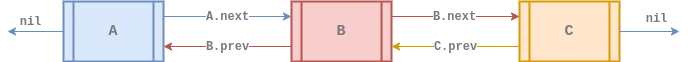
euisblue/vue-blog keeps this draw.io diagram as assets/data-structure/linked-list/dll.png. Above is the earlier version. Source tidied: cells renumbered, new cells last; positions are measured from the earlier drawing's top-left corner, leaving out a move shared by most shapes. Its diagram source:
```xml
<mxGraphModel>
  <root>
    <mxCell id="0" />
    <mxCell id="1" parent="0" />
    <mxCell id="2" value="&lt;b style=&quot;color: rgb(0 , 0 , 0) ; font-size: 11px ; font-style: normal ; letter-spacing: normal ; text-align: center ; text-indent: 0px ; text-transform: none ; word-spacing: 0px ; font-family: &amp;#34;courier new&amp;#34;&quot;&gt;&lt;font color=&quot;#7a7a7a&quot; style=&quot;font-size: 12px&quot;&gt;C.prev&lt;/font&gt;&lt;/b&gt;" style="edgeStyle=none;rounded=0;sketch=0;jettySize=auto;html=1;exitX=0;exitY=0.75;exitDx=0;exitDy=0;entryX=1;entryY=0.75;entryDx=0;entryDy=0;strokeColor=#d79b00;strokeWidth=1;fillColor=#ffe6cc;" parent="1" edge="1" source="3" target="6">
      <mxGeometry relative="1" as="geometry" />
    </mxCell>
    <mxCell id="3" value="&lt;b&gt;&lt;font style=&quot;font-size: 15px ; font-style: normal&quot; face=&quot;Courier New&quot; color=&quot;#7a7a7a&quot;&gt;C&lt;/font&gt;&lt;/b&gt;" style="shape=process;whiteSpace=wrap;html=1;backgroundOutline=1;fillColor=#ffe6cc;strokeColor=#d79b00;gradientDirection=east;strokeWidth=2;shadow=0;glass=0;sketch=0;fontStyle=2;" parent="1" vertex="1">
      <mxGeometry x="512" width="100" height="60" as="geometry" />
    </mxCell>
    <mxCell id="4" value="&lt;b style=&quot;font-size: 11px ; letter-spacing: normal ; text-align: center ; text-indent: 0px ; text-transform: none ; word-spacing: 0px ; font-family: &amp;#34;courier new&amp;#34;&quot;&gt;&lt;font style=&quot;font-size: 12px&quot; color=&quot;#7a7a7a&quot;&gt;B.next&lt;/font&gt;&lt;/b&gt;" style="rounded=0;sketch=0;jettySize=auto;html=1;exitX=1;exitY=0.25;exitDx=0;exitDy=0;entryX=0;entryY=0.25;entryDx=0;entryDy=0;strokeColor=#b85450;strokeWidth=1;fillColor=#f8cecc;fontStyle=0;" parent="1" edge="1" source="6" target="3">
      <mxGeometry x="-0.01" relative="1" as="geometry" />
    </mxCell>
    <mxCell id="5" value="&lt;b style=&quot;color: rgb(0 , 0 , 0) ; font-size: 11px ; font-style: normal ; letter-spacing: normal ; text-align: center ; text-indent: 0px ; text-transform: none ; word-spacing: 0px ; font-family: &amp;#34;courier new&amp;#34;&quot;&gt;&lt;font color=&quot;#7a7a7a&quot; style=&quot;font-size: 12px&quot;&gt;B.prev&lt;/font&gt;&lt;/b&gt;" style="edgeStyle=orthogonalEdgeStyle;rounded=0;jettySize=auto;html=1;exitX=0;exitY=0.75;exitDx=0;exitDy=0;entryX=1;entryY=0.75;entryDx=0;entryDy=0;fillColor=#f8cecc;strokeColor=#b85450;" parent="1" edge="1" source="6" target="9">
      <mxGeometry relative="1" as="geometry" />
    </mxCell>
    <mxCell id="6" value="&lt;div&gt;&lt;font color=&quot;#7a7a7a&quot; face=&quot;courier new&quot; style=&quot;font-size: 15px&quot;&gt;B&lt;/font&gt;&lt;/div&gt;" style="shape=process;whiteSpace=wrap;html=1;backgroundOutline=1;fillColor=#f8cecc;strokeColor=#b85450;gradientDirection=east;strokeWidth=2;shadow=0;glass=0;align=center;sketch=0;fontStyle=1;" parent="1" vertex="1">
      <mxGeometry x="284" width="100" height="60" as="geometry" />
    </mxCell>
    <mxCell id="7" value="&lt;font color=&quot;#7a7a7a&quot; face=&quot;courier new&quot;&gt;&lt;span style=&quot;font-size: 12px&quot;&gt;&lt;b&gt;A.next&lt;/b&gt;&lt;/span&gt;&lt;/font&gt;" style="edgeStyle=orthogonalEdgeStyle;curved=1;rounded=0;jettySize=auto;html=1;exitX=1;exitY=0.25;exitDx=0;exitDy=0;entryX=0;entryY=0.25;entryDx=0;entryDy=0;fillColor=#dae8fc;strokeColor=#6c8ebf;" parent="1" edge="1" source="9" target="6">
      <mxGeometry relative="1" as="geometry" />
    </mxCell>
    <mxCell id="8" value="&lt;font color=&quot;#7a7a7a&quot; face=&quot;courier new&quot;&gt;&lt;span style=&quot;font-size: 12px&quot;&gt;&lt;b&gt;nil&lt;/b&gt;&lt;/span&gt;&lt;/font&gt;" style="rounded=0;jettySize=auto;html=1;exitX=0;exitY=0.5;exitDx=0;exitDy=0;fillColor=#dae8fc;strokeColor=#6c8ebf;" parent="1" edge="1" source="9">
      <mxGeometry x="0.18" y="-10" relative="1" as="geometry">
        <mxPoint y="30" as="targetPoint" />
      </mxGeometry>
    </mxCell>
    <mxCell id="9" value="&lt;div&gt;&lt;font color=&quot;#7a7a7a&quot; face=&quot;courier new&quot;&gt;&lt;span style=&quot;font-size: 15px&quot;&gt;A&lt;/span&gt;&lt;/font&gt;&lt;/div&gt;" style="shape=process;whiteSpace=wrap;html=1;backgroundOutline=1;fillColor=#dae8fc;strokeColor=#6c8ebf;gradientDirection=east;strokeWidth=2;shadow=0;glass=0;align=center;sketch=0;fontStyle=1;" parent="1" vertex="1">
      <mxGeometry x="56" width="100" height="60" as="geometry" />
    </mxCell>
    <mxCell id="10" value="&lt;font color=&quot;#7a7a7a&quot; face=&quot;courier new&quot;&gt;&lt;span style=&quot;font-size: 12px&quot;&gt;&lt;b&gt;nil&lt;/b&gt;&lt;/span&gt;&lt;/font&gt;" style="rounded=0;jettySize=auto;html=1;fillColor=#dae8fc;strokeColor=#6c8ebf;exitX=1;exitY=0.5;exitDx=0;exitDy=0;" parent="1" edge="1" source="3">
      <mxGeometry x="0.23" y="13" relative="1" as="geometry">
        <mxPoint x="672" y="30" as="targetPoint" />
      </mxGeometry>
    </mxCell>
  </root>
</mxGraphModel>
```
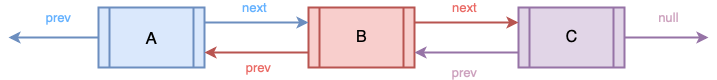
The same diagram one commit later.

What changed in the source:
```diff
@@ -2,35 +2,44 @@
   <root>
     <mxCell id="0" />
     <mxCell id="1" parent="0" />
-    <mxCell id="2" value="&lt;b style=&quot;color: rgb(0 , 0 , 0) ; font-size: 11px ; font-style: normal ; letter-spacing: normal ; text-align: center ; text-indent: 0px ; text-transform: none ; word-spacing: 0px ; font-family: &amp;#34;courier new&amp;#34;&quot;&gt;&lt;font color=&quot;#7a7a7a&quot; style=&quot;font-size: 12px&quot;&gt;C.prev&lt;/font&gt;&lt;/b&gt;" style="edgeStyle=none;rounded=0;sketch=0;jettySize=auto;html=1;exitX=0;exitY=0.75;exitDx=0;exitDy=0;entryX=1;entryY=0.75;entryDx=0;entryDy=0;strokeColor=#d79b00;strokeWidth=1;fillColor=#ffe6cc;" parent="1" edge="1" source="3" target="6">
-      <mxGeometry relative="1" as="geometry" />
+    <mxCell id="2" value="&lt;span style=&quot;font-size: 13px&quot;&gt;&lt;font color=&quot;#cda2be&quot;&gt;null&lt;/font&gt;&lt;/span&gt;" style="edgeStyle=orthogonalEdgeStyle;rounded=0;jettySize=auto;html=1;exitX=1;exitY=0.5;exitDx=0;exitDy=0;fillColor=#e1d5e7;strokeColor=#9673a6;labelBackgroundColor=none;strokeWidth=2;" parent="1" edge="1" source="3">
+      <mxGeometry x="0.05" y="20" relative="1" as="geometry">
+        <mxPoint x="702" y="30" as="targetPoint" />
+      </mxGeometry>
     </mxCell>
-    <mxCell id="3" value="&lt;b&gt;&lt;font style=&quot;font-size: 15px ; font-style: normal&quot; face=&quot;Courier New&quot; color=&quot;#7a7a7a&quot;&gt;C&lt;/font&gt;&lt;/b&gt;" style="shape=process;whiteSpace=wrap;html=1;backgroundOutline=1;fillColor=#ffe6cc;strokeColor=#d79b00;gradientDirection=east;strokeWidth=2;shadow=0;glass=0;sketch=0;fontStyle=2;" parent="1" vertex="1">
-      <mxGeometry x="512" width="100" height="60" as="geometry" />
+    <mxCell id="3" value="&lt;font&gt;&lt;font size=&quot;3&quot;&gt;C&lt;/font&gt;&lt;br&gt;&lt;/font&gt;" style="shape=process;whiteSpace=wrap;html=1;backgroundOutline=1;strokeWidth=2;fillColor=#e1d5e7;strokeColor=#9673a6;fontStyle=0;fontFamily=Helvetica;fontSize=14;labelBackgroundColor=none;labelBorderColor=none;" parent="1" vertex="1">
+      <mxGeometry x="512" width="106" height="60" as="geometry" />
     </mxCell>
-    <mxCell id="4" value="&lt;b style=&quot;font-size: 11px ; letter-spacing: normal ; text-align: center ; text-indent: 0px ; text-transform: none ; word-spacing: 0px ; font-family: &amp;#34;courier new&amp;#34;&quot;&gt;&lt;font style=&quot;font-size: 12px&quot; color=&quot;#7a7a7a&quot;&gt;B.next&lt;/font&gt;&lt;/b&gt;" style="rounded=0;sketch=0;jettySize=auto;html=1;exitX=1;exitY=0.25;exitDx=0;exitDy=0;entryX=0;entryY=0.25;entryDx=0;entryDy=0;strokeColor=#b85450;strokeWidth=1;fillColor=#f8cecc;fontStyle=0;" parent="1" edge="1" source="6" target="3">
-      <mxGeometry x="-0.01" relative="1" as="geometry" />
+    <mxCell id="4" value="&lt;font&gt;&lt;span style=&quot;font-size: 17px&quot;&gt;A&lt;/span&gt;&lt;br&gt;&lt;/font&gt;" style="shape=process;whiteSpace=wrap;html=1;backgroundOutline=1;strokeWidth=2;fillColor=#dae8fc;strokeColor=#6c8ebf;fontStyle=0;fontFamily=Helvetica;fontSize=14;labelBackgroundColor=none;labelBorderColor=none;" parent="1" vertex="1">
+      <mxGeometry x="92" width="106" height="60" as="geometry" />
     </mxCell>
-    <mxCell id="5" value="&lt;b style=&quot;color: rgb(0 , 0 , 0) ; font-size: 11px ; font-style: normal ; letter-spacing: normal ; text-align: center ; text-indent: 0px ; text-transform: none ; word-spacing: 0px ; font-family: &amp;#34;courier new&amp;#34;&quot;&gt;&lt;font color=&quot;#7a7a7a&quot; style=&quot;font-size: 12px&quot;&gt;B.prev&lt;/font&gt;&lt;/b&gt;" style="edgeStyle=orthogonalEdgeStyle;rounded=0;jettySize=auto;html=1;exitX=0;exitY=0.75;exitDx=0;exitDy=0;entryX=1;entryY=0.75;entryDx=0;entryDy=0;fillColor=#f8cecc;strokeColor=#b85450;" parent="1" edge="1" source="6" target="9">
-      <mxGeometry relative="1" as="geometry" />
+    <mxCell id="5" value="&lt;font&gt;&lt;font size=&quot;3&quot;&gt;B&lt;/font&gt;&lt;br&gt;&lt;/font&gt;" style="shape=process;whiteSpace=wrap;html=1;backgroundOutline=1;strokeWidth=2;fillColor=#f8cecc;strokeColor=#b85450;fontStyle=0;fontFamily=Helvetica;fontSize=14;labelBackgroundColor=none;labelBorderColor=none;" parent="1" vertex="1">
+      <mxGeometry x="302" width="106" height="60" as="geometry" />
     </mxCell>
-    <mxCell id="6" value="&lt;div&gt;&lt;font color=&quot;#7a7a7a&quot; face=&quot;courier new&quot; style=&quot;font-size: 15px&quot;&gt;B&lt;/font&gt;&lt;/div&gt;" style="shape=process;whiteSpace=wrap;html=1;backgroundOutline=1;fillColor=#f8cecc;strokeColor=#b85450;gradientDirection=east;strokeWidth=2;shadow=0;glass=0;align=center;sketch=0;fontStyle=1;" parent="1" vertex="1">
-      <mxGeometry x="284" width="100" height="60" as="geometry" />
+    <mxCell id="6" value="&lt;span style=&quot;color: rgb(102 , 178 , 255) ; font-size: 13px&quot;&gt;next&lt;/span&gt;" style="edgeStyle=orthogonalEdgeStyle;rounded=0;jettySize=auto;html=1;exitX=1;exitY=0.25;exitDx=0;exitDy=0;entryX=0;entryY=0.25;entryDx=0;entryDy=0;labelBackgroundColor=none;strokeWidth=2;fontFamily=Helvetica;fontColor=#666666;align=center;fillColor=#dae8fc;strokeColor=#6c8ebf;" parent="1" edge="1" source="4" target="5">
+      <mxGeometry x="-0.04" y="15" relative="1" as="geometry">
+        <Array as="points">
+          <mxPoint x="252" y="15" />
+          <mxPoint x="252" y="15" />
+        </Array>
+      </mxGeometry>
     </mxCell>
-    <mxCell id="7" value="&lt;font color=&quot;#7a7a7a&quot; face=&quot;courier new&quot;&gt;&lt;span style=&quot;font-size: 12px&quot;&gt;&lt;b&gt;A.next&lt;/b&gt;&lt;/span&gt;&lt;/font&gt;" style="edgeStyle=orthogonalEdgeStyle;curved=1;rounded=0;jettySize=auto;html=1;exitX=1;exitY=0.25;exitDx=0;exitDy=0;entryX=0;entryY=0.25;entryDx=0;entryDy=0;fillColor=#dae8fc;strokeColor=#6c8ebf;" parent="1" edge="1" source="9" target="6">
-      <mxGeometry relative="1" as="geometry" />
+    <mxCell id="7" value="&lt;span style=&quot;color: rgb(234 , 107 , 102) ; font-size: 13px&quot;&gt;next&lt;/span&gt;" style="edgeStyle=orthogonalEdgeStyle;rounded=0;jettySize=auto;html=1;labelBackgroundColor=none;strokeWidth=2;fontFamily=Helvetica;fontColor=#666666;align=center;fillColor=#f8cecc;strokeColor=#b85450;exitX=1;exitY=0.25;exitDx=0;exitDy=0;entryX=0;entryY=0.25;entryDx=0;entryDy=0;" parent="1" edge="1" source="5" target="3">
+      <mxGeometry x="-0.04" y="15" relative="1" as="geometry" />
     </mxCell>
-    <mxCell id="8" value="&lt;font color=&quot;#7a7a7a&quot; face=&quot;courier new&quot;&gt;&lt;span style=&quot;font-size: 12px&quot;&gt;&lt;b&gt;nil&lt;/b&gt;&lt;/span&gt;&lt;/font&gt;" style="rounded=0;jettySize=auto;html=1;exitX=0;exitY=0.5;exitDx=0;exitDy=0;fillColor=#dae8fc;strokeColor=#6c8ebf;" parent="1" edge="1" source="9">
-      <mxGeometry x="0.18" y="-10" relative="1" as="geometry">
-        <mxPoint y="30" as="targetPoint" />
-      </mxGeometry>
+    <mxCell id="8" value="&lt;span style=&quot;color: rgb(234 , 107 , 102) ; font-size: 13px&quot;&gt;prev&lt;/span&gt;" style="edgeStyle=orthogonalEdgeStyle;rounded=0;jettySize=auto;html=1;labelBackgroundColor=none;strokeWidth=2;fontFamily=Helvetica;fontColor=#666666;align=center;fillColor=#f8cecc;strokeColor=#b85450;entryX=1;entryY=0.75;entryDx=0;entryDy=0;exitX=0;exitY=0.75;exitDx=0;exitDy=0;" parent="1" edge="1" source="5" target="4">
+      <mxGeometry x="-0.04" y="15" relative="1" as="geometry" />
     </mxCell>
-    <mxCell id="9" value="&lt;div&gt;&lt;font color=&quot;#7a7a7a&quot; face=&quot;courier new&quot;&gt;&lt;span style=&quot;font-size: 15px&quot;&gt;A&lt;/span&gt;&lt;/font&gt;&lt;/div&gt;" style="shape=process;whiteSpace=wrap;html=1;backgroundOutline=1;fillColor=#dae8fc;strokeColor=#6c8ebf;gradientDirection=east;strokeWidth=2;shadow=0;glass=0;align=center;sketch=0;fontStyle=1;" parent="1" vertex="1">
-      <mxGeometry x="56" width="100" height="60" as="geometry" />
+    <mxCell id="9" value="&lt;span style=&quot;font-size: 13px&quot;&gt;&lt;font color=&quot;#cda2be&quot;&gt;prev&lt;/font&gt;&lt;/span&gt;" style="edgeStyle=orthogonalEdgeStyle;rounded=0;jettySize=auto;html=1;fillColor=#e1d5e7;strokeColor=#9673a6;labelBackgroundColor=none;strokeWidth=2;entryX=1;entryY=0.75;entryDx=0;entryDy=0;exitX=0;exitY=0.75;exitDx=0;exitDy=0;" parent="1" edge="1" source="3" target="5">
+      <mxGeometry x="0.05" y="20" relative="1" as="geometry" />
     </mxCell>
-    <mxCell id="10" value="&lt;font color=&quot;#7a7a7a&quot; face=&quot;courier new&quot;&gt;&lt;span style=&quot;font-size: 12px&quot;&gt;&lt;b&gt;nil&lt;/b&gt;&lt;/span&gt;&lt;/font&gt;" style="rounded=0;jettySize=auto;html=1;fillColor=#dae8fc;strokeColor=#6c8ebf;exitX=1;exitY=0.5;exitDx=0;exitDy=0;" parent="1" edge="1" source="3">
-      <mxGeometry x="0.23" y="13" relative="1" as="geometry">
-        <mxPoint x="672" y="30" as="targetPoint" />
+    <mxCell id="10" value="&lt;span style=&quot;color: rgb(102 , 178 , 255) ; font-size: 13px&quot;&gt;prev&lt;/span&gt;" style="edgeStyle=orthogonalEdgeStyle;rounded=0;jettySize=auto;html=1;exitX=0;exitY=0.5;exitDx=0;exitDy=0;labelBackgroundColor=none;strokeWidth=2;fontFamily=Helvetica;fontColor=#666666;align=center;fillColor=#dae8fc;strokeColor=#6c8ebf;" parent="1" edge="1" source="4">
+      <mxGeometry x="-0.11" y="-20" relative="1" as="geometry">
+        <mxPoint x="2" y="30" as="targetPoint" />
+        <Array as="points">
+          <mxPoint x="42" y="30" />
+          <mxPoint x="42" y="30" />
+        </Array>
       </mxGeometry>
     </mxCell>
   </root>
```
